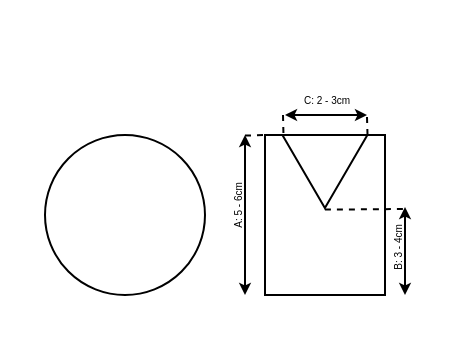
Earlier version of the draw.io diagram Cable_Elevator.drawio (maniac0r/audio). Source tidied: cells renumbered, new cells numbered last; positions are measured from the earlier drawing's top-left corner, leaving out a move shared by most shapes. Both pictures are drawn from the tidied source at 200%, with x=0, y=0 at pixel (44, 114).
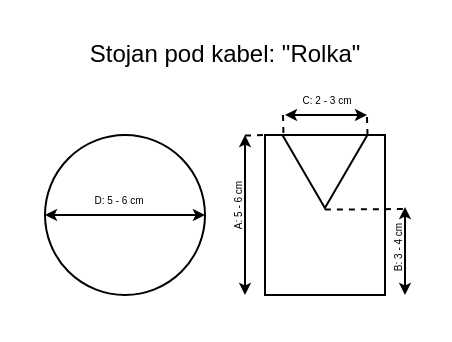
The same page after the edit.

Unchanged cells that the change refers to:
```xml
<mxCell id="2" style="ellipse;whiteSpace=wrap;html=1;" parent="1" vertex="1">
  <mxGeometry y="10" width="80" height="80" as="geometry" />
</mxCell>
<mxCell id="6" style="endArrow=classic;startArrow=classic;html=1;endSize=3;startSize=3;" parent="1" edge="1">
  <mxGeometry relative="1" as="geometry">
    <mxPoint x="180" y="90" as="sourcePoint" />
    <mxPoint x="180" y="46" as="targetPoint" />
  </mxGeometry>
</mxCell>
<mxCell id="9" style="endArrow=classic;startArrow=classic;html=1;endSize=3;startSize=3;" parent="1" edge="1">
  <mxGeometry relative="1" as="geometry">
    <mxPoint x="100" y="90" as="sourcePoint" />
    <mxPoint x="100" y="10" as="targetPoint" />
  </mxGeometry>
</mxCell>
<mxCell id="13" style="endArrow=classic;startArrow=classic;html=1;endSize=3;startSize=3;" parent="1" edge="1">
  <mxGeometry relative="1" as="geometry">
    <mxPoint x="161" as="sourcePoint" />
    <mxPoint x="120" as="targetPoint" />
  </mxGeometry>
</mxCell>
```

The edit, as a diff of the source:
```diff
@@
-    <mxCell id="7" value="&lt;font style=&quot;font-size: 5px&quot;&gt;B: 3 - 4cm&lt;/font&gt;" style="edgeLabel;html=1;align=center;verticalAlign=middle;rotation=-90;labelBackgroundColor=none;" parent="6" vertex="1">
+    <mxCell id="7" value="&lt;font style=&quot;font-size: 5px&quot;&gt;B: 3 - 4 cm&lt;/font&gt;" style="edgeLabel;html=1;align=center;verticalAlign=middle;rotation=-90;labelBackgroundColor=none;" parent="6" vertex="1">
       <mxGeometry x="0.14" relative="1" as="geometry">
         <mxPoint x="-6" y="3" as="offset" />
       </mxGeometry>
     </mxCell>
@@
-    <mxCell id="10" value="&lt;font style=&quot;font-size: 5px&quot;&gt;A: 5 - 6cm&lt;/font&gt;" style="edgeLabel;html=1;align=center;verticalAlign=middle;rotation=-90;labelBackgroundColor=none;" parent="9" vertex="1">
+    <mxCell id="10" value="&lt;font style=&quot;font-size: 5px&quot;&gt;A: 5 - 6 cm&lt;/font&gt;" style="edgeLabel;html=1;align=center;verticalAlign=middle;rotation=-90;labelBackgroundColor=none;" parent="9" vertex="1">
       <mxGeometry x="0.14" relative="1" as="geometry">
         <mxPoint x="-6" y="3" as="offset" />
       </mxGeometry>
     </mxCell>
@@
-    <mxCell id="14" value="&lt;font style=&quot;font-size: 5px&quot;&gt;C: 2 - 3cm&lt;/font&gt;" style="edgeLabel;html=1;align=center;verticalAlign=middle;rotation=0;labelBackgroundColor=none;" parent="13" vertex="1">
+    <mxCell id="14" value="&lt;font style=&quot;font-size: 5px&quot;&gt;C: 2 - 3 cm&lt;/font&gt;" style="edgeLabel;html=1;align=center;verticalAlign=middle;rotation=0;labelBackgroundColor=none;" parent="13" vertex="1">
       <mxGeometry x="0.14" relative="1" as="geometry">
         <mxPoint x="2.5" y="-10" as="offset" />
       </mxGeometry>
     </mxCell>
+    <mxCell id="15" value="Stojan pod kabel: &quot;Rolka&quot;" style="text;html=1;align=center;verticalAlign=middle;fillColor=none;strokeColor=none;rounded=0;labelBackgroundColor=none;" parent="1" vertex="1">
+      <mxGeometry x="15" y="-40" width="150" height="20" as="geometry" />
+    </mxCell>
+    <mxCell id="16" style="endArrow=classic;startArrow=classic;html=1;endSize=3;startSize=3;entryX=0;entryY=0.5;entryDx=0;entryDy=0;exitX=1;exitY=0.5;exitDx=0;exitDy=0;" parent="1" edge="1" source="2" target="2">
+      <mxGeometry relative="1" as="geometry" />
+    </mxCell>
+    <mxCell id="17" value="&lt;font style=&quot;font-size: 5px&quot;&gt;D: 5 - 6 cm&lt;/font&gt;" style="edgeLabel;html=1;align=center;verticalAlign=middle;rotation=0;labelBackgroundColor=none;" parent="16" vertex="1">
+      <mxGeometry x="0.14" relative="1" as="geometry">
+        <mxPoint x="2.5" y="-10" as="offset" />
+      </mxGeometry>
+    </mxCell>
```
